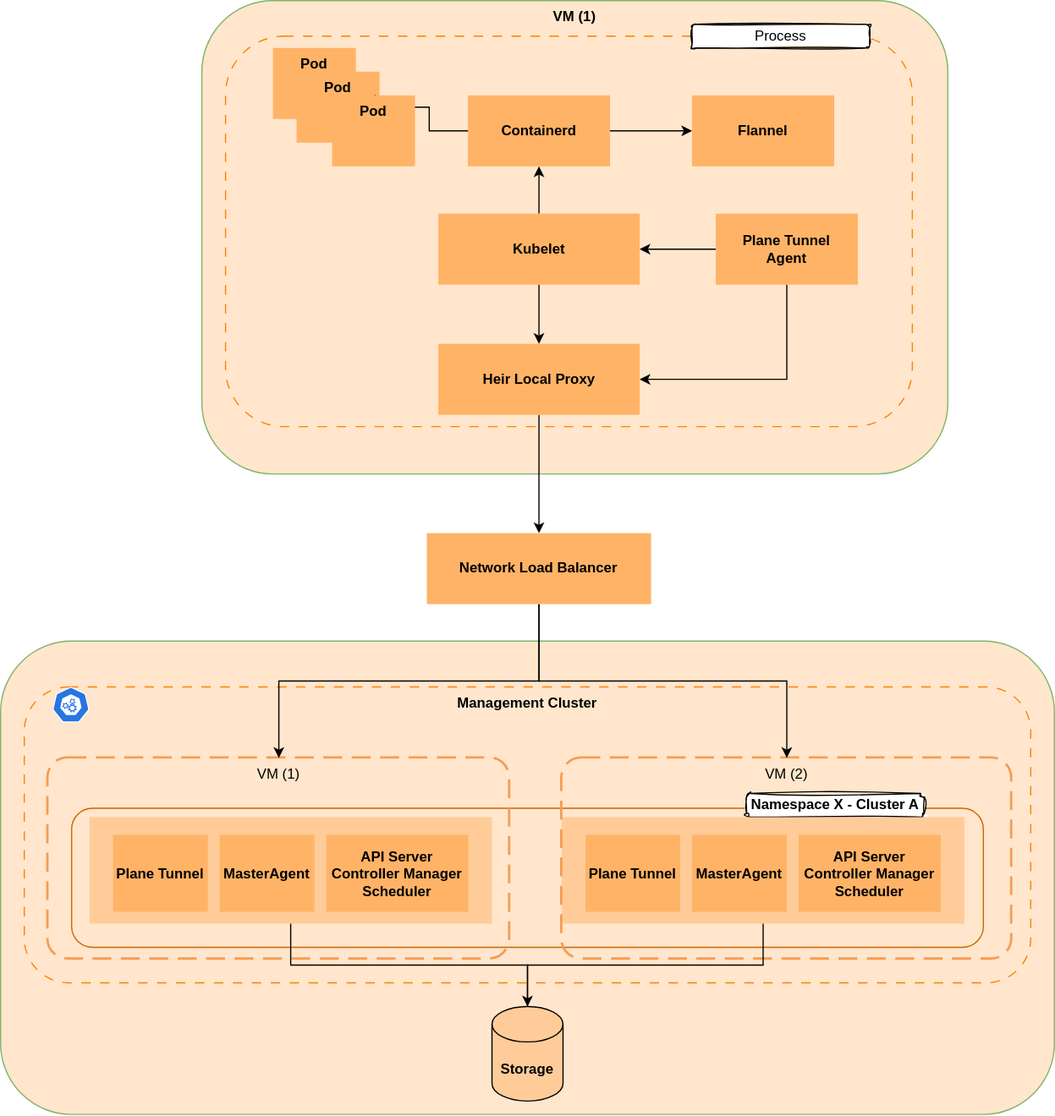
Before: static/img/cluster-architecture.svg, a diagram exported from draw.io (tardigradeproj/docs). Source tidied: cells renumbered, new cells last; positions are measured from the earlier drawing's top-left corner, leaving out a move shared by most shapes. Source of this version:
```xml
<mxGraphModel>
  <root>
    <mxCell id="0" />
    <mxCell id="1" parent="0" />
    <mxCell id="2" style="rounded=1;whiteSpace=wrap;verticalAlign=top;html=1;labelBorderColor=none;glass=0;fillColor=#FFE6CC;strokeColor=#82b366;" parent="1" vertex="1">
      <mxGeometry y="541.2" width="890" height="400" as="geometry" />
    </mxCell>
    <mxCell id="3" value="&lt;b&gt;Management Cluster&lt;/b&gt;" style="rounded=1;whiteSpace=wrap;verticalAlign=top;html=1;labelBorderColor=none;glass=0;dashed=1;dashPattern=8 8;fillColor=#FFE6CC;strokeColor=#FF8000;" parent="1" vertex="1">
      <mxGeometry x="20" y="580" width="850" height="250" as="geometry" />
    </mxCell>
    <mxCell id="4" value="&lt;b&gt;Storage&lt;/b&gt;" style="shape=cylinder3;whiteSpace=wrap;html=1;boundedLbl=1;backgroundOutline=1;size=15;fillColor=#FFCC99;" parent="1" vertex="1">
      <mxGeometry x="415" y="850" width="60" height="80" as="geometry" />
    </mxCell>
    <mxCell id="5" style="rounded=1;whiteSpace=wrap;html=1;glass=0;verticalAlign=middle;fillColor=#FFE6CC;strokeColor=#CC6600;" parent="1" vertex="1">
      <mxGeometry x="60" y="682.5" width="770" height="117.5" as="geometry" />
    </mxCell>
    <mxCell id="6" value="Namespace X - Cluster A" style="rounded=1;whiteSpace=wrap;html=1;sketch=1;curveFitting=1;jiggle=2;fontStyle=1;" parent="1" vertex="1">
      <mxGeometry x="630" y="670" width="150" height="20" as="geometry" />
    </mxCell>
    <mxCell id="7" style="rounded=0;whiteSpace=wrap;html=1;fillColor=#FFCC99;fontColor=#333333;strokeColor=none;" parent="1" vertex="1">
      <mxGeometry x="474" y="690" width="340" height="90" as="geometry" />
    </mxCell>
    <mxCell id="8" value="VM (1)" style="rounded=1;arcSize=10;dashed=1;strokeColor=#F59D56;fillColor=none;gradientColor=none;dashPattern=8 4;strokeWidth=2;verticalAlign=top;align=center;" parent="1" vertex="1">
      <mxGeometry x="40" y="640" width="390" height="170" as="geometry" />
    </mxCell>
    <mxCell id="9" style="sketch=0;html=1;dashed=0;whitespace=wrap;verticalLabelPosition=bottom;verticalAlign=top;fillColor=#2875E2;strokeColor=#ffffff;shape=mxgraph.kubernetes.icon2;prIcon=api;" parent="1" vertex="1">
      <mxGeometry x="43.8" y="580" width="31.2" height="30" as="geometry" />
    </mxCell>
    <mxCell id="10" value="VM (2)" style="rounded=1;arcSize=10;dashed=1;strokeColor=#F59D56;fillColor=none;gradientColor=none;dashPattern=8 4;strokeWidth=2;verticalAlign=top;align=center;" parent="1" vertex="1">
      <mxGeometry x="474" y="640" width="380" height="170" as="geometry" />
    </mxCell>
    <mxCell id="11" value="MasterAgent" style="rounded=0;whiteSpace=wrap;html=1;fillColor=#FFB366;strokeColor=none;fontStyle=1;" parent="1" vertex="1">
      <mxGeometry x="584" y="705" width="80" height="65" as="geometry" />
    </mxCell>
    <mxCell id="12" value="API Server&lt;div&gt;Controller Manager&lt;/div&gt;&lt;div&gt;Scheduler&lt;/div&gt;" style="rounded=0;whiteSpace=wrap;html=1;fillColor=#FFB366;strokeColor=none;fontStyle=1;" parent="1" vertex="1">
      <mxGeometry x="674" y="705" width="120" height="65" as="geometry" />
    </mxCell>
    <mxCell id="13" value="Plane Tunnel" style="rounded=0;whiteSpace=wrap;html=1;strokeColor=none;fillColor=#FFB366;fontStyle=1;" parent="1" vertex="1">
      <mxGeometry x="494" y="705" width="80" height="65" as="geometry" />
    </mxCell>
    <mxCell id="14" style="rounded=0;whiteSpace=wrap;html=1;fillColor=#FFCC99;fontColor=#333333;strokeColor=none;" parent="1" vertex="1">
      <mxGeometry x="75" y="690" width="340" height="90" as="geometry" />
    </mxCell>
    <mxCell id="15" value="MasterAgent" style="rounded=0;whiteSpace=wrap;html=1;fillColor=#FFB366;strokeColor=none;fontStyle=1;" parent="1" vertex="1">
      <mxGeometry x="185" y="705" width="80" height="65" as="geometry" />
    </mxCell>
    <mxCell id="16" value="API Server&lt;div&gt;Controller Manager&lt;/div&gt;&lt;div&gt;Scheduler&lt;/div&gt;" style="rounded=0;whiteSpace=wrap;html=1;fillColor=#FFB366;strokeColor=none;fontStyle=1;" parent="1" vertex="1">
      <mxGeometry x="275" y="705" width="120" height="65" as="geometry" />
    </mxCell>
    <mxCell id="17" value="Plane Tunnel" style="rounded=0;whiteSpace=wrap;html=1;strokeColor=none;fillColor=#FFB366;fontStyle=1;" parent="1" vertex="1">
      <mxGeometry x="95" y="705" width="80" height="65" as="geometry" />
    </mxCell>
    <mxCell id="18" style="edgeStyle=orthogonalEdgeStyle;rounded=0;jettySize=auto;html=1;entryX=0.5;entryY=1;entryDx=0;entryDy=0;endArrow=none;endFill=0;" parent="1" edge="1" source="4" target="14">
      <mxGeometry relative="1" as="geometry" />
    </mxCell>
    <mxCell id="19" style="edgeStyle=orthogonalEdgeStyle;rounded=0;jettySize=auto;html=1;entryX=0.5;entryY=1;entryDx=0;entryDy=0;exitX=0.5;exitY=0;exitDx=0;exitDy=0;exitPerimeter=0;startArrow=classic;startFill=1;endArrow=none;endFill=0;" parent="1" edge="1" source="4" target="7">
      <mxGeometry relative="1" as="geometry" />
    </mxCell>
    <mxCell id="20" value="&lt;b&gt;VM (1)&lt;/b&gt;" style="rounded=1;whiteSpace=wrap;verticalAlign=top;html=1;labelBorderColor=none;glass=0;fillColor=#FFE6CC;strokeColor=#82b366;" parent="1" vertex="1">
      <mxGeometry x="170" width="630" height="400" as="geometry" />
    </mxCell>
    <mxCell id="21" style="rounded=1;whiteSpace=wrap;html=1;dashed=1;dashPattern=8 8;strokeColor=#FF8000;fillColor=#FFE6CC;" parent="1" vertex="1">
      <mxGeometry x="190" y="30" width="580" height="330" as="geometry" />
    </mxCell>
    <mxCell id="22" value="Process" style="rounded=1;whiteSpace=wrap;html=1;sketch=1;curveFitting=1;jiggle=2;" parent="1" vertex="1">
      <mxGeometry x="584" y="20" width="150" height="20" as="geometry" />
    </mxCell>
    <mxCell id="23" style="edgeStyle=orthogonalEdgeStyle;rounded=0;jettySize=auto;html=1;entryX=0.5;entryY=0;entryDx=0;entryDy=0;" parent="1" edge="1" source="25" target="36">
      <mxGeometry relative="1" as="geometry" />
    </mxCell>
    <mxCell id="24" style="edgeStyle=orthogonalEdgeStyle;rounded=0;jettySize=auto;html=1;entryX=0.5;entryY=1;entryDx=0;entryDy=0;" parent="1" edge="1" source="25" target="27">
      <mxGeometry relative="1" as="geometry" />
    </mxCell>
    <mxCell id="25" value="&lt;b&gt;Kubelet&lt;/b&gt;" style="rounded=0;whiteSpace=wrap;html=1;strokeColor=none;fillColor=#FFB366;" parent="1" vertex="1">
      <mxGeometry x="369.7" y="180" width="170" height="60" as="geometry" />
    </mxCell>
    <mxCell id="26" style="edgeStyle=orthogonalEdgeStyle;rounded=0;jettySize=auto;html=1;" parent="1" edge="1" source="27" target="40">
      <mxGeometry relative="1" as="geometry" />
    </mxCell>
    <mxCell id="27" value="&lt;b&gt;Containerd&lt;/b&gt;" style="rounded=0;whiteSpace=wrap;html=1;strokeColor=none;fillColor=#FFB366;" parent="1" vertex="1">
      <mxGeometry x="394.7" y="80" width="120" height="60" as="geometry" />
    </mxCell>
    <mxCell id="28" value="&lt;b&gt;Pod&lt;/b&gt;" style="rounded=0;whiteSpace=wrap;html=1;strokeColor=none;fillColor=#FFB366;verticalAlign=top;" parent="1" vertex="1">
      <mxGeometry x="230" y="40" width="70" height="60" as="geometry" />
    </mxCell>
    <mxCell id="29" style="edgeStyle=orthogonalEdgeStyle;rounded=0;jettySize=auto;html=1;entryX=1;entryY=0.5;entryDx=0;entryDy=0;exitX=0.5;exitY=1;exitDx=0;exitDy=0;" parent="1" edge="1" source="31" target="36">
      <mxGeometry relative="1" as="geometry" />
    </mxCell>
    <mxCell id="30" style="edgeStyle=orthogonalEdgeStyle;rounded=0;jettySize=auto;html=1;entryX=1;entryY=0.5;entryDx=0;entryDy=0;" parent="1" edge="1" source="31" target="25">
      <mxGeometry relative="1" as="geometry" />
    </mxCell>
    <mxCell id="31" value="&lt;div&gt;&lt;b&gt;Plane Tunnel&lt;/b&gt;&lt;/div&gt;&lt;div&gt;&lt;b&gt;Agent&lt;/b&gt;&lt;/div&gt;" style="rounded=0;whiteSpace=wrap;html=1;strokeColor=none;fillColor=#FFB366;" parent="1" vertex="1">
      <mxGeometry x="604" y="180" width="120" height="60" as="geometry" />
    </mxCell>
    <mxCell id="32" style="edgeStyle=orthogonalEdgeStyle;rounded=0;jettySize=auto;html=1;entryX=0.5;entryY=0;entryDx=0;entryDy=0;" parent="1" edge="1" source="34" target="8">
      <mxGeometry relative="1" as="geometry" />
    </mxCell>
    <mxCell id="33" style="edgeStyle=orthogonalEdgeStyle;rounded=0;jettySize=auto;html=1;" parent="1" edge="1" source="34" target="10">
      <mxGeometry relative="1" as="geometry" />
    </mxCell>
    <mxCell id="34" value="&lt;b&gt;Network Load Balancer&lt;/b&gt;" style="rounded=0;whiteSpace=wrap;html=1;strokeColor=none;fillColor=#FFB366;" parent="1" vertex="1">
      <mxGeometry x="360" y="450" width="189.4" height="60" as="geometry" />
    </mxCell>
    <mxCell id="35" style="edgeStyle=orthogonalEdgeStyle;rounded=0;jettySize=auto;html=1;" parent="1" edge="1" source="36" target="34">
      <mxGeometry relative="1" as="geometry" />
    </mxCell>
    <mxCell id="36" value="&lt;b&gt;Heir Local Proxy&lt;/b&gt;" style="rounded=0;whiteSpace=wrap;html=1;strokeColor=none;fillColor=#FFB366;" parent="1" vertex="1">
      <mxGeometry x="369.7" y="290" width="170" height="60" as="geometry" />
    </mxCell>
    <mxCell id="37" value="&lt;b&gt;Pod&lt;/b&gt;" style="rounded=0;whiteSpace=wrap;html=1;strokeColor=none;fillColor=#FFB366;verticalAlign=top;" parent="1" vertex="1">
      <mxGeometry x="250" y="60" width="70" height="60" as="geometry" />
    </mxCell>
    <mxCell id="38" style="edgeStyle=orthogonalEdgeStyle;rounded=0;jettySize=auto;html=1;entryX=0.643;entryY=0.067;entryDx=0;entryDy=0;entryPerimeter=0;" parent="1" edge="1" source="27" target="39">
      <mxGeometry relative="1" as="geometry">
        <Array as="points">
          <mxPoint x="362" y="110" />
          <mxPoint x="362" y="90" />
          <mxPoint x="305" y="90" />
        </Array>
      </mxGeometry>
    </mxCell>
    <mxCell id="39" value="&lt;b&gt;Pod&lt;/b&gt;" style="rounded=0;whiteSpace=wrap;html=1;strokeColor=none;fillColor=#FFB366;verticalAlign=top;" parent="1" vertex="1">
      <mxGeometry x="280" y="80" width="70" height="60" as="geometry" />
    </mxCell>
    <mxCell id="40" value="&lt;b&gt;Flannel&lt;/b&gt;" style="rounded=0;whiteSpace=wrap;html=1;strokeColor=none;fillColor=#FFB366;" parent="1" vertex="1">
      <mxGeometry x="584" y="80" width="120" height="60" as="geometry" />
    </mxCell>
  </root>
</mxGraphModel>
```
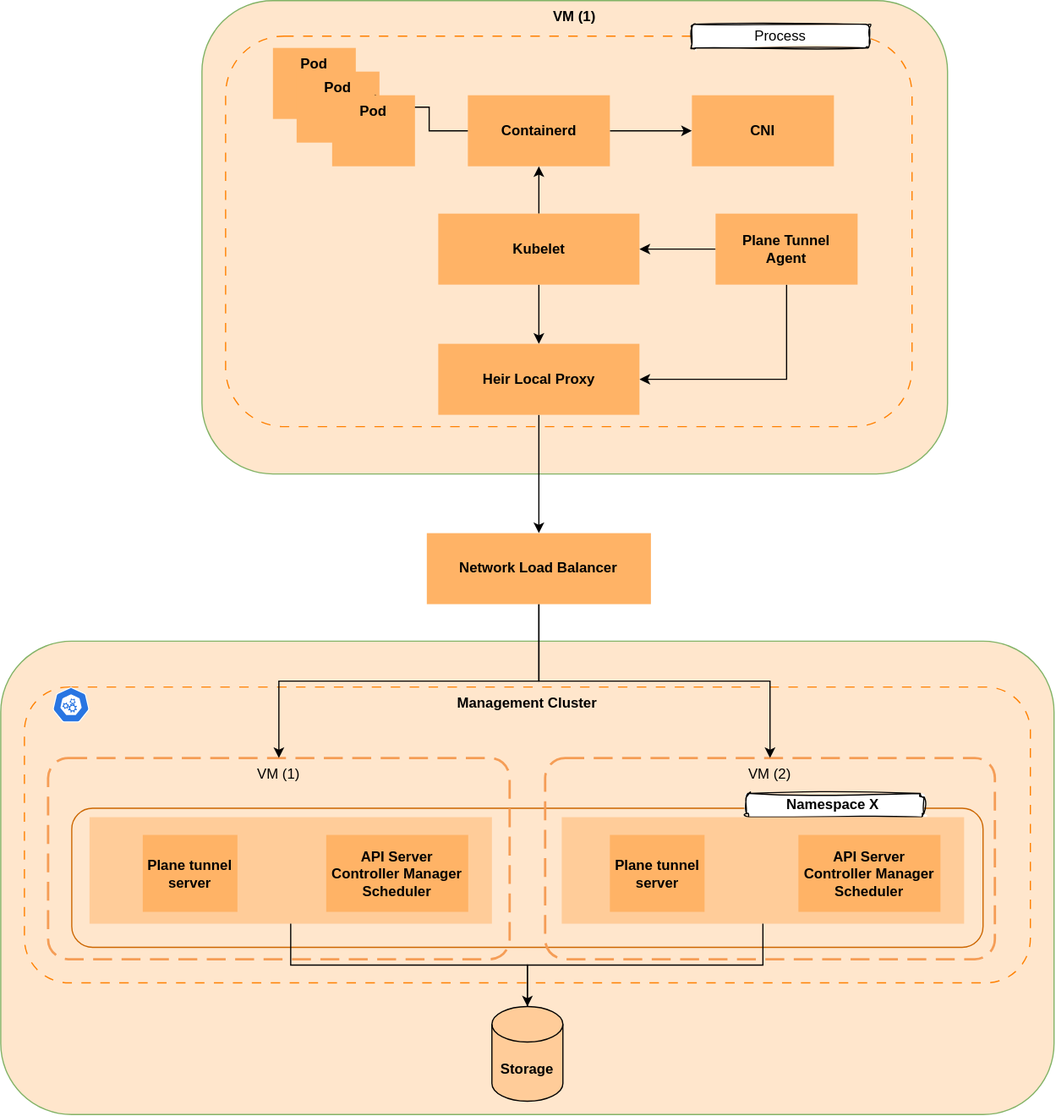
Later version of the same file.

Commit message:
doc: diagram improve

Change to the diagram source:
```diff
@@ -14,7 +14,7 @@
     <mxCell id="5" style="rounded=1;whiteSpace=wrap;html=1;glass=0;verticalAlign=middle;fillColor=#FFE6CC;strokeColor=#CC6600;" parent="1" vertex="1">
       <mxGeometry x="60" y="682.5" width="770" height="117.5" as="geometry" />
     </mxCell>
-    <mxCell id="6" value="Namespace X - Cluster A" style="rounded=1;whiteSpace=wrap;html=1;sketch=1;curveFitting=1;jiggle=2;fontStyle=1;" parent="1" vertex="1">
+    <mxCell id="6" value="Namespace X&amp;nbsp;" style="rounded=1;whiteSpace=wrap;html=1;sketch=1;curveFitting=1;jiggle=2;fontStyle=1;" parent="1" vertex="1">
       <mxGeometry x="630" y="670" width="150" height="20" as="geometry" />
     </mxCell>
     <mxCell id="7" style="rounded=0;whiteSpace=wrap;html=1;fillColor=#FFCC99;fontColor=#333333;strokeColor=none;" parent="1" vertex="1">
@@ -27,28 +27,22 @@
       <mxGeometry x="43.8" y="580" width="31.2" height="30" as="geometry" />
     </mxCell>
     <mxCell id="10" value="VM (2)" style="rounded=1;arcSize=10;dashed=1;strokeColor=#F59D56;fillColor=none;gradientColor=none;dashPattern=8 4;strokeWidth=2;verticalAlign=top;align=center;" parent="1" vertex="1">
-      <mxGeometry x="474" y="640" width="380" height="170" as="geometry" />
+      <mxGeometry x="460" y="640" width="380" height="170" as="geometry" />
     </mxCell>
-    <mxCell id="11" value="MasterAgent" style="rounded=0;whiteSpace=wrap;html=1;fillColor=#FFB366;strokeColor=none;fontStyle=1;" parent="1" vertex="1">
-      <mxGeometry x="584" y="705" width="80" height="65" as="geometry" />
-    </mxCell>
     <mxCell id="12" value="API Server&lt;div&gt;Controller Manager&lt;/div&gt;&lt;div&gt;Scheduler&lt;/div&gt;" style="rounded=0;whiteSpace=wrap;html=1;fillColor=#FFB366;strokeColor=none;fontStyle=1;" parent="1" vertex="1">
       <mxGeometry x="674" y="705" width="120" height="65" as="geometry" />
     </mxCell>
-    <mxCell id="13" value="Plane Tunnel" style="rounded=0;whiteSpace=wrap;html=1;strokeColor=none;fillColor=#FFB366;fontStyle=1;" parent="1" vertex="1">
-      <mxGeometry x="494" y="705" width="80" height="65" as="geometry" />
+    <mxCell id="13" value="Plane tunnel server" style="rounded=0;whiteSpace=wrap;html=1;strokeColor=none;fillColor=#FFB366;fontStyle=1;" parent="1" vertex="1">
+      <mxGeometry x="514.7" y="705" width="80" height="65" as="geometry" />
     </mxCell>
     <mxCell id="14" style="rounded=0;whiteSpace=wrap;html=1;fillColor=#FFCC99;fontColor=#333333;strokeColor=none;" parent="1" vertex="1">
       <mxGeometry x="75" y="690" width="340" height="90" as="geometry" />
     </mxCell>
-    <mxCell id="15" value="MasterAgent" style="rounded=0;whiteSpace=wrap;html=1;fillColor=#FFB366;strokeColor=none;fontStyle=1;" parent="1" vertex="1">
-      <mxGeometry x="185" y="705" width="80" height="65" as="geometry" />
-    </mxCell>
     <mxCell id="16" value="API Server&lt;div&gt;Controller Manager&lt;/div&gt;&lt;div&gt;Scheduler&lt;/div&gt;" style="rounded=0;whiteSpace=wrap;html=1;fillColor=#FFB366;strokeColor=none;fontStyle=1;" parent="1" vertex="1">
       <mxGeometry x="275" y="705" width="120" height="65" as="geometry" />
     </mxCell>
-    <mxCell id="17" value="Plane Tunnel" style="rounded=0;whiteSpace=wrap;html=1;strokeColor=none;fillColor=#FFB366;fontStyle=1;" parent="1" vertex="1">
-      <mxGeometry x="95" y="705" width="80" height="65" as="geometry" />
+    <mxCell id="17" value="Plane tunnel server" style="rounded=0;whiteSpace=wrap;html=1;strokeColor=none;fillColor=#FFB366;fontStyle=1;" parent="1" vertex="1">
+      <mxGeometry x="120" y="705" width="80" height="65" as="geometry" />
     </mxCell>
     <mxCell id="18" style="edgeStyle=orthogonalEdgeStyle;rounded=0;jettySize=auto;html=1;entryX=0.5;entryY=1;entryDx=0;entryDy=0;endArrow=none;endFill=0;" parent="1" edge="1" source="4" target="14">
       <mxGeometry relative="1" as="geometry" />
@@ -122,7 +116,7 @@
     <mxCell id="39" value="&lt;b&gt;Pod&lt;/b&gt;" style="rounded=0;whiteSpace=wrap;html=1;strokeColor=none;fillColor=#FFB366;verticalAlign=top;" parent="1" vertex="1">
       <mxGeometry x="280" y="80" width="70" height="60" as="geometry" />
     </mxCell>
-    <mxCell id="40" value="&lt;b&gt;Flannel&lt;/b&gt;" style="rounded=0;whiteSpace=wrap;html=1;strokeColor=none;fillColor=#FFB366;" parent="1" vertex="1">
+    <mxCell id="40" value="&lt;b&gt;CNI&lt;/b&gt;" style="rounded=0;whiteSpace=wrap;html=1;strokeColor=none;fillColor=#FFB366;" parent="1" vertex="1">
       <mxGeometry x="584" y="80" width="120" height="60" as="geometry" />
     </mxCell>
   </root>
```
